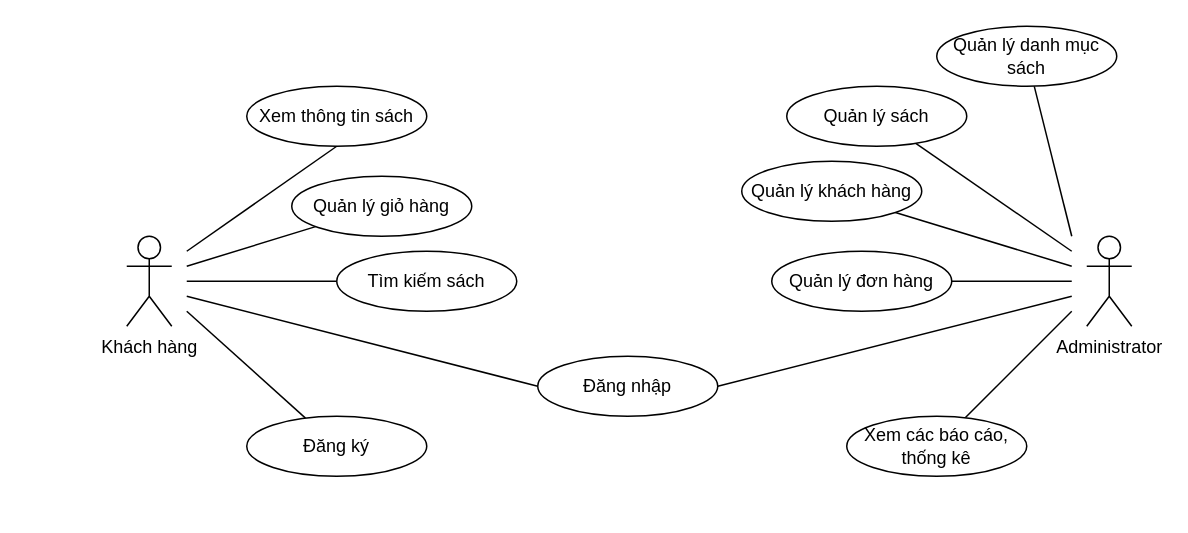
This is page "TongQuat" (1 of 5) of usecase.drawio from QuangHuy2201/FinalProject-Diagrams, a draw.io file, before an edit. Source tidied: cells renumbered, new cells numbered last; positions are measured from the earlier drawing's top-left corner, leaving out a move shared by most shapes. Both pictures are drawn from the tidied source at 150%, with x=0, y=0 at pixel (126, 26).
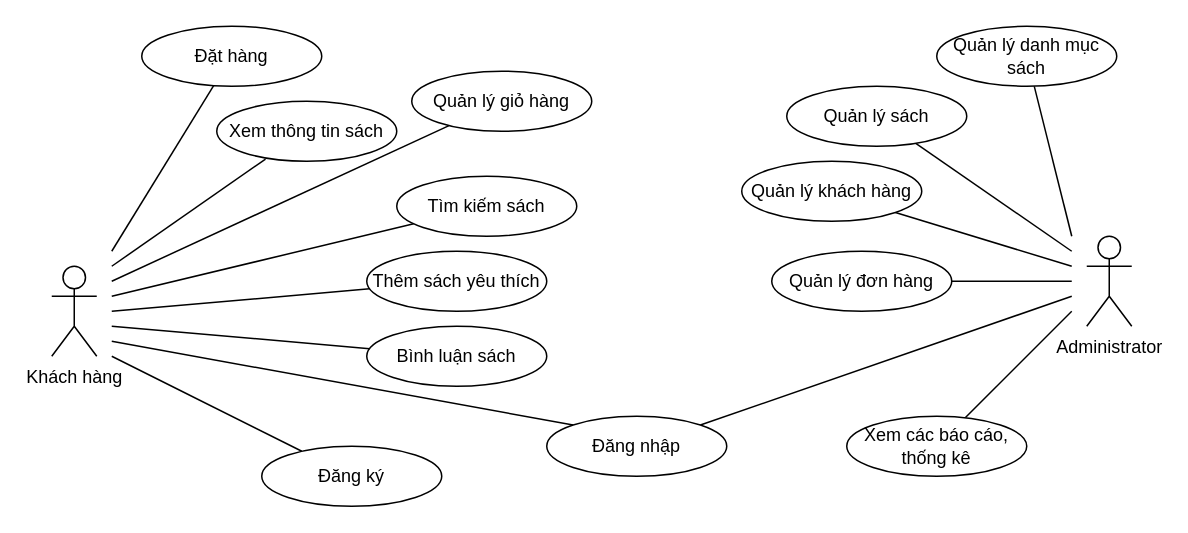
The same diagram, later.

Diff of the diagram source:
```diff
@@
-    <mxCell id="2" value="Khách hàng" style="shape=umlActor;verticalLabelPosition=bottom;verticalAlign=top;html=1;" parent="1" vertex="1">
-      <mxGeometry y="140" width="30" height="60" as="geometry" />
-    </mxCell>
-    <mxCell id="3" style="rounded=0;jettySize=auto;html=1;endArrow=none;endFill=0;" parent="1" edge="1" source="4">
-      <mxGeometry relative="1" as="geometry">
-        <mxPoint x="40" y="190" as="targetPoint" />
-      </mxGeometry>
-    </mxCell>
-    <mxCell id="4" value="Đăng ký" style="ellipse;whiteSpace=wrap;html=1;" parent="1" vertex="1">
-      <mxGeometry x="80" y="260" width="120" height="40" as="geometry" />
-    </mxCell>
-    <mxCell id="5" value="Xem thông tin sách" style="ellipse;whiteSpace=wrap;html=1;" parent="1" vertex="1">
-      <mxGeometry x="80" y="40" width="120" height="40" as="geometry" />
-    </mxCell>
@@
-    <mxCell id="8" style="rounded=0;jettySize=auto;html=1;endArrow=none;endFill=0;" parent="1" edge="1" source="9">
-      <mxGeometry relative="1" as="geometry">
-        <mxPoint x="40" y="160" as="targetPoint" />
-      </mxGeometry>
-    </mxCell>
-    <mxCell id="9" value="Quản lý giỏ hàng" style="ellipse;whiteSpace=wrap;html=1;" parent="1" vertex="1">
-      <mxGeometry x="110" y="100" width="120" height="40" as="geometry" />
-    </mxCell>
-    <mxCell id="10" style="edgeStyle=orthogonalEdgeStyle;rounded=0;jettySize=auto;html=1;endArrow=none;endFill=0;" parent="1" edge="1" source="11">
-      <mxGeometry relative="1" as="geometry">
-        <mxPoint x="40" y="170" as="targetPoint" />
-      </mxGeometry>
-    </mxCell>
-    <mxCell id="11" value="Tìm kiếm sách" style="ellipse;whiteSpace=wrap;html=1;" parent="1" vertex="1">
-      <mxGeometry x="140" y="150" width="120" height="40" as="geometry" />
-    </mxCell>
@@
-    <mxCell id="20" style="rounded=0;jettySize=auto;html=1;startArrow=none;startFill=0;endArrow=none;endFill=0;exitX=0;exitY=0.5;exitDx=0;exitDy=0;" parent="1" edge="1" source="22">
-      <mxGeometry relative="1" as="geometry">
-        <mxPoint x="40" y="180" as="targetPoint" />
-      </mxGeometry>
-    </mxCell>
-    <mxCell id="21" style="rounded=0;jettySize=auto;html=1;endArrow=none;endFill=0;exitX=1;exitY=0.5;exitDx=0;exitDy=0;" parent="1" edge="1" source="22">
+    <mxCell id="21" style="rounded=0;jettySize=auto;html=1;endArrow=none;endFill=0;exitX=1;exitY=0;exitDx=0;exitDy=0;" parent="1" edge="1" source="22">
       <mxGeometry relative="1" as="geometry">
         <mxPoint x="630" y="180" as="targetPoint" />
       </mxGeometry>
     </mxCell>
-    <mxCell id="22" value="Đăng nhập" style="ellipse;whiteSpace=wrap;html=1;" parent="1" vertex="1">
-      <mxGeometry x="274" y="220" width="120" height="40" as="geometry" />
-    </mxCell>
@@
-    <mxCell id="25" style="rounded=0;jettySize=auto;html=1;exitX=0.5;exitY=1;exitDx=0;exitDy=0;endArrow=none;endFill=0;" parent="1" edge="1" source="5">
-      <mxGeometry relative="1" as="geometry">
-        <mxPoint x="40" y="150" as="targetPoint" />
-      </mxGeometry>
-    </mxCell>
+    <mxCell id="2" value="Khách hàng" style="shape=umlActor;verticalLabelPosition=bottom;verticalAlign=top;html=1;" parent="1" vertex="1">
+      <mxGeometry x="-50" y="160" width="30" height="60" as="geometry" />
+    </mxCell>
+    <mxCell id="26" style="rounded=0;jettySize=auto;html=1;endArrow=none;endFill=0;" parent="1" edge="1" source="4">
+      <mxGeometry relative="1" as="geometry">
+        <mxPoint x="-10" y="220" as="targetPoint" />
+      </mxGeometry>
+    </mxCell>
+    <mxCell id="4" value="Đăng ký" style="ellipse;whiteSpace=wrap;html=1;" parent="1" vertex="1">
+      <mxGeometry x="90" y="280" width="120" height="40" as="geometry" />
+    </mxCell>
+    <mxCell id="5" value="Xem thông tin sách" style="ellipse;whiteSpace=wrap;html=1;" parent="1" vertex="1">
+      <mxGeometry x="60" y="50" width="120" height="40" as="geometry" />
+    </mxCell>
+    <mxCell id="27" style="rounded=0;jettySize=auto;html=1;endArrow=none;endFill=0;" parent="1" edge="1" source="9">
+      <mxGeometry relative="1" as="geometry">
+        <mxPoint x="-10" y="170" as="targetPoint" />
+      </mxGeometry>
+    </mxCell>
+    <mxCell id="9" value="Quản lý giỏ hàng" style="ellipse;whiteSpace=wrap;html=1;" parent="1" vertex="1">
+      <mxGeometry x="190" y="30" width="120" height="40" as="geometry" />
+    </mxCell>
+    <mxCell id="28" style="rounded=0;jettySize=auto;html=1;endArrow=none;endFill=0;" parent="1" edge="1" source="11">
+      <mxGeometry relative="1" as="geometry">
+        <mxPoint x="-10" y="180" as="targetPoint" />
+      </mxGeometry>
+    </mxCell>
+    <mxCell id="11" value="Tìm kiếm sách" style="ellipse;whiteSpace=wrap;html=1;" parent="1" vertex="1">
+      <mxGeometry x="180" y="100" width="120" height="40" as="geometry" />
+    </mxCell>
+    <mxCell id="29" style="rounded=0;jettySize=auto;html=1;startArrow=none;startFill=0;endArrow=none;endFill=0;exitX=0;exitY=0;exitDx=0;exitDy=0;" parent="1" edge="1" source="22">
+      <mxGeometry relative="1" as="geometry">
+        <mxPoint x="-10" y="210" as="targetPoint" />
+      </mxGeometry>
+    </mxCell>
+    <mxCell id="22" value="Đăng nhập" style="ellipse;whiteSpace=wrap;html=1;" parent="1" vertex="1">
+      <mxGeometry x="280" y="260" width="120" height="40" as="geometry" />
+    </mxCell>
+    <mxCell id="30" style="rounded=0;jettySize=auto;html=1;exitX=0.271;exitY=0.963;exitDx=0;exitDy=0;endArrow=none;endFill=0;exitPerimeter=0;" parent="1" edge="1" source="5">
+      <mxGeometry relative="1" as="geometry">
+        <mxPoint x="-10" y="160" as="targetPoint" />
+      </mxGeometry>
+    </mxCell>
+    <mxCell id="31" style="rounded=0;jettySize=auto;html=1;endArrow=none;endFill=0;" parent="1" edge="1" source="32">
+      <mxGeometry relative="1" as="geometry">
+        <mxPoint x="-10" y="200" as="targetPoint" />
+      </mxGeometry>
+    </mxCell>
+    <mxCell id="32" value="Bình luận sách" style="ellipse;whiteSpace=wrap;html=1;" parent="1" vertex="1">
+      <mxGeometry x="160" y="200" width="120" height="40" as="geometry" />
+    </mxCell>
+    <mxCell id="33" style="rounded=0;jettySize=auto;html=1;endArrow=none;endFill=0;" parent="1" edge="1" source="34">
+      <mxGeometry relative="1" as="geometry">
+        <mxPoint x="-10" y="190" as="targetPoint" />
+      </mxGeometry>
+    </mxCell>
+    <mxCell id="34" value="Thêm sách yêu thích" style="ellipse;whiteSpace=wrap;html=1;" parent="1" vertex="1">
+      <mxGeometry x="160" y="150" width="120" height="40" as="geometry" />
+    </mxCell>
+    <mxCell id="35" style="rounded=0;jettySize=auto;html=1;endArrow=none;endFill=0;" parent="1" edge="1" source="36">
+      <mxGeometry relative="1" as="geometry">
+        <mxPoint x="-10" y="150" as="targetPoint" />
+      </mxGeometry>
+    </mxCell>
+    <mxCell id="36" value="Đặt hàng" style="ellipse;whiteSpace=wrap;html=1;" parent="1" vertex="1">
+      <mxGeometry x="10" width="120" height="40" as="geometry" />
+    </mxCell>
```
